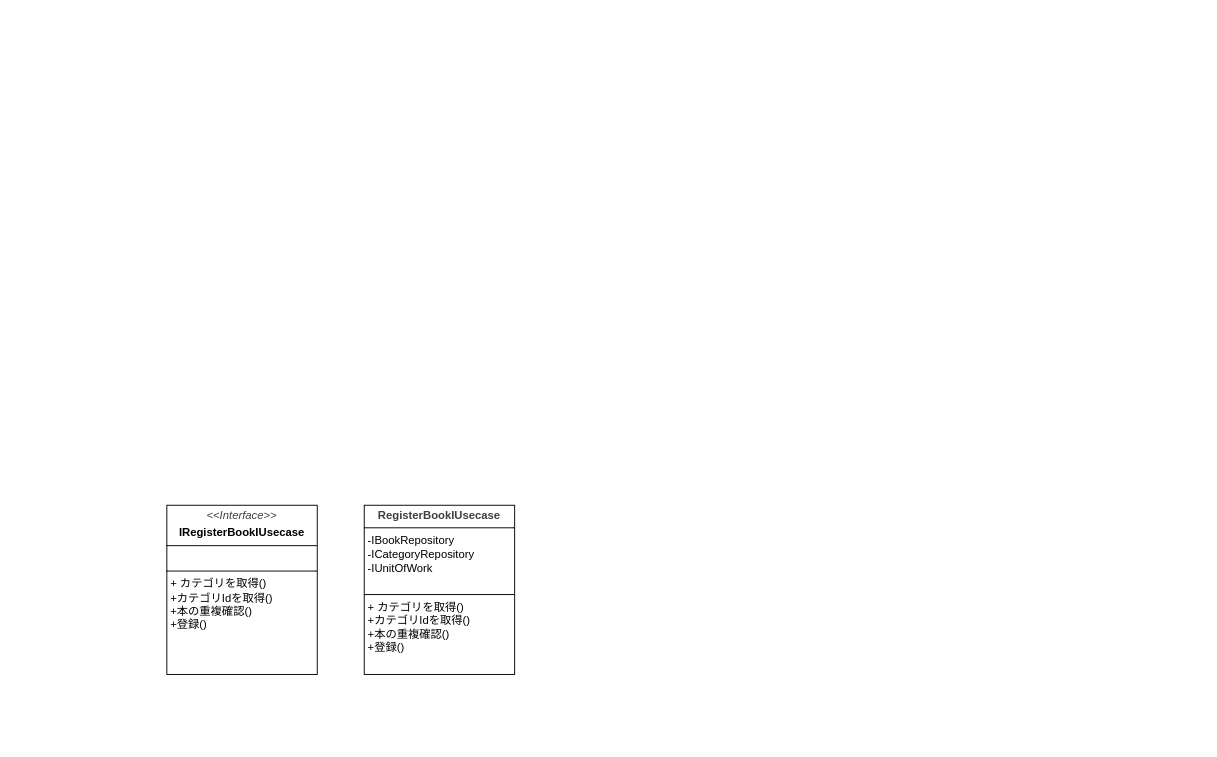
Before: page "Application" (3 of 5) of ClassDiagram/LibrartAPI_ClassDiagram.dio in yo-watanabe47/LIBRARYAPI, a draw.io diagram. Source tidied: cells renumbered, new cells numbered last; positions are measured from the earlier drawing's top-left corner, leaving out a move shared by most shapes. Both pictures are drawn from the tidied source at 94%, with x=0, y=0 at pixel (166, 505).
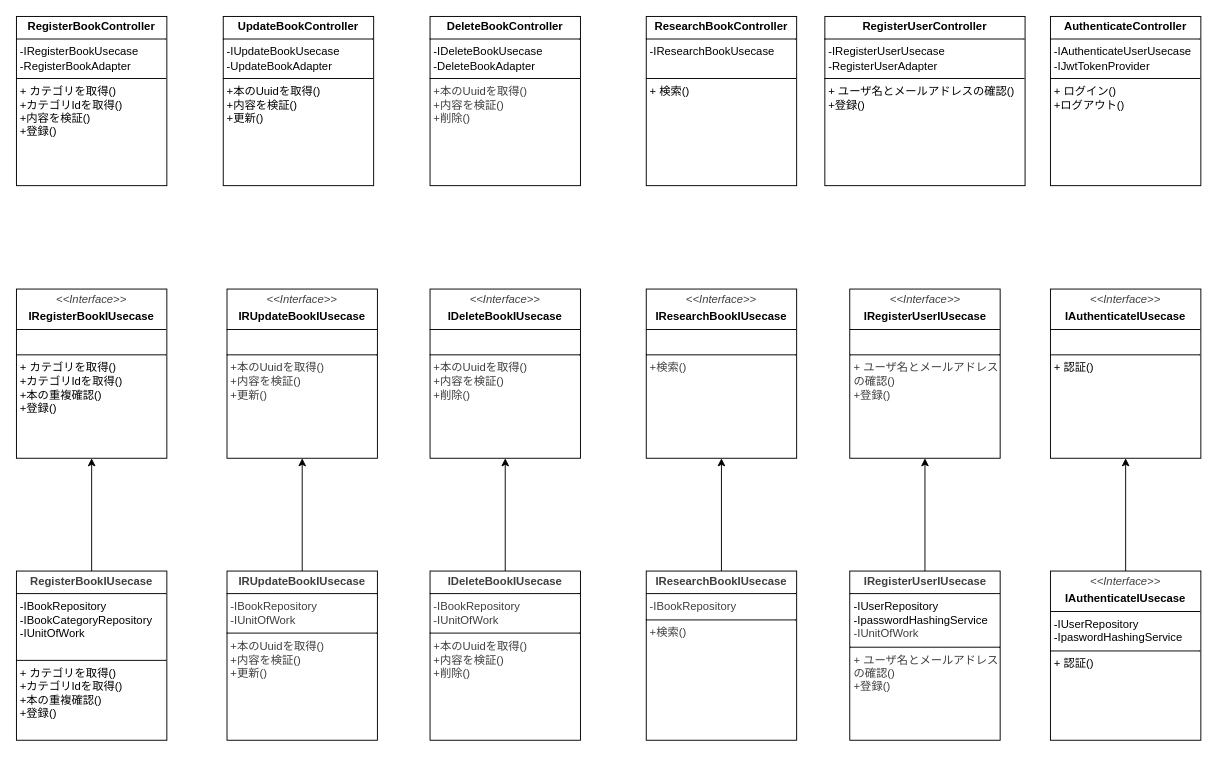
The same page after the edit.

Diff of the diagram source:
```diff
@@
     <mxCell id="2" value="&lt;p style=&quot;margin:0px;margin-top:4px;text-align:center;&quot;&gt;&lt;i style=&quot;color: rgb(63, 63, 63); scrollbar-color: rgb(226, 226, 226) rgb(251, 251, 251);&quot;&gt;&amp;lt;&amp;lt;Interface&amp;gt;&amp;gt;&lt;/i&gt;&lt;br style=&quot;color: rgb(63, 63, 63); scrollbar-color: rgb(226, 226, 226) rgb(251, 251, 251);&quot;&gt;&lt;/p&gt;&lt;p style=&quot;margin:0px;margin-top:4px;text-align:center;&quot;&gt;&lt;b&gt;IRegisterBookIUsecase&lt;/b&gt;&lt;/p&gt;&lt;hr size=&quot;1&quot; style=&quot;border-style:solid;&quot;&gt;&lt;p style=&quot;margin:0px;margin-left:4px;&quot;&gt;&lt;br&gt;&lt;/p&gt;&lt;hr size=&quot;1&quot; style=&quot;border-style:solid;&quot;&gt;&lt;p style=&quot;margin:0px;margin-left:4px;&quot;&gt;+ カテゴリを取得()&lt;/p&gt;&lt;p style=&quot;margin:0px;margin-left:4px;&quot;&gt;+カテゴリIdを取得()&lt;/p&gt;&lt;p style=&quot;margin:0px;margin-left:4px;&quot;&gt;+本の重複確認()&lt;br&gt;+登録()&lt;/p&gt;" style="verticalAlign=top;align=left;overflow=fill;html=1;whiteSpace=wrap;" parent="1" vertex="1">
-      <mxGeometry width="160" height="180" as="geometry" />
+      <mxGeometry x="-160" y="-230" width="160" height="180" as="geometry" />
     </mxCell>
+    <mxCell id="4" style="edgeStyle=none;html=1;exitX=0.5;exitY=0;exitDx=0;exitDy=0;entryX=0.5;entryY=1;entryDx=0;entryDy=0;" parent="1" edge="1" source="3" target="2">
+      <mxGeometry relative="1" as="geometry" />
+    </mxCell>
-    <mxCell id="3" value="&lt;p style=&quot;margin:0px;margin-top:4px;text-align:center;&quot;&gt;&lt;b style=&quot;color: rgb(63, 63, 63); background-color: transparent;&quot;&gt;RegisterBookIUsecase&lt;/b&gt;&lt;/p&gt;&lt;hr size=&quot;1&quot; style=&quot;border-style:solid;&quot;&gt;&lt;p style=&quot;margin:0px;margin-left:4px;&quot;&gt;-IBookRepository&lt;/p&gt;&lt;p style=&quot;margin:0px;margin-left:4px;&quot;&gt;-ICategoryRepository&lt;/p&gt;&lt;p style=&quot;margin:0px;margin-left:4px;&quot;&gt;-IUnitOfWork&lt;/p&gt;&lt;p style=&quot;margin:0px;margin-left:4px;&quot;&gt;&lt;br&gt;&lt;/p&gt;&lt;hr size=&quot;1&quot; style=&quot;border-style:solid;&quot;&gt;&lt;p style=&quot;margin:0px;margin-left:4px;&quot;&gt;+ カテゴリを取得()&lt;/p&gt;&lt;p style=&quot;margin:0px;margin-left:4px;&quot;&gt;+カテゴリIdを取得()&lt;/p&gt;&lt;p style=&quot;margin:0px;margin-left:4px;&quot;&gt;+本の重複確認()&lt;br&gt;+登録()&lt;/p&gt;" style="verticalAlign=top;align=left;overflow=fill;html=1;whiteSpace=wrap;" parent="1" vertex="1">
-      <mxGeometry x="210" width="160" height="180" as="geometry" />
+    <mxCell id="3" value="&lt;p style=&quot;margin:0px;margin-top:4px;text-align:center;&quot;&gt;&lt;b style=&quot;color: rgb(63, 63, 63); background-color: transparent;&quot;&gt;RegisterBookIUsecase&lt;/b&gt;&lt;/p&gt;&lt;hr size=&quot;1&quot; style=&quot;border-style:solid;&quot;&gt;&lt;p style=&quot;margin:0px;margin-left:4px;&quot;&gt;-IBookRepository&lt;/p&gt;&lt;p style=&quot;margin:0px;margin-left:4px;&quot;&gt;-IBookCategoryRepository&lt;/p&gt;&lt;p style=&quot;margin:0px;margin-left:4px;&quot;&gt;-IUnitOfWork&lt;/p&gt;&lt;p style=&quot;margin:0px;margin-left:4px;&quot;&gt;&lt;br&gt;&lt;/p&gt;&lt;hr size=&quot;1&quot; style=&quot;border-style:solid;&quot;&gt;&lt;p style=&quot;margin:0px;margin-left:4px;&quot;&gt;+ カテゴリを取得()&lt;/p&gt;&lt;p style=&quot;margin:0px;margin-left:4px;&quot;&gt;+カテゴリIdを取得()&lt;/p&gt;&lt;p style=&quot;margin:0px;margin-left:4px;&quot;&gt;+本の重複確認()&lt;br&gt;+登録()&lt;/p&gt;" style="verticalAlign=top;align=left;overflow=fill;html=1;whiteSpace=wrap;" parent="1" vertex="1">
+      <mxGeometry x="-160" y="70" width="160" height="180" as="geometry" />
     </mxCell>
+    <mxCell id="5" value="&lt;p style=&quot;margin:0px;margin-top:4px;text-align:center;&quot;&gt;&lt;b&gt;RegisterBookController&lt;/b&gt;&lt;/p&gt;&lt;hr size=&quot;1&quot; style=&quot;border-style:solid;&quot;&gt;&lt;p style=&quot;margin:0px;margin-left:4px;&quot;&gt;-IRegisterBookUsecase&lt;/p&gt;&lt;p style=&quot;margin:0px;margin-left:4px;&quot;&gt;-RegisterBookAdapter&lt;/p&gt;&lt;hr size=&quot;1&quot; style=&quot;border-style:solid;&quot;&gt;&lt;p style=&quot;margin:0px;margin-left:4px;&quot;&gt;+ カテゴリを取得()&lt;/p&gt;&lt;p style=&quot;margin:0px;margin-left:4px;&quot;&gt;+カテゴリIdを取得()&lt;/p&gt;&lt;p style=&quot;margin:0px;margin-left:4px;&quot;&gt;+内容を検証()&lt;/p&gt;&lt;p style=&quot;margin:0px;margin-left:4px;&quot;&gt;+登録()&lt;/p&gt;" style="verticalAlign=top;align=left;overflow=fill;html=1;whiteSpace=wrap;" parent="1" vertex="1">
+      <mxGeometry x="-160" y="-520" width="160" height="180" as="geometry" />
+    </mxCell>
+    <mxCell id="6" value="&lt;p style=&quot;margin:0px;margin-top:4px;text-align:center;&quot;&gt;&lt;b&gt;UpdateBookController&lt;/b&gt;&lt;/p&gt;&lt;hr size=&quot;1&quot; style=&quot;border-style:solid;&quot;&gt;&lt;p style=&quot;margin:0px;margin-left:4px;&quot;&gt;-IUpdateBookUsecase&lt;/p&gt;&lt;p style=&quot;margin:0px;margin-left:4px;&quot;&gt;-UpdateBookAdapter&lt;/p&gt;&lt;hr size=&quot;1&quot; style=&quot;border-style:solid;&quot;&gt;&lt;p style=&quot;margin:0px;margin-left:4px;&quot;&gt;+本のUuidを取得()&lt;/p&gt;&lt;p style=&quot;margin:0px;margin-left:4px;&quot;&gt;+内容を検証()&lt;/p&gt;&lt;p style=&quot;margin:0px;margin-left:4px;&quot;&gt;+更新()&lt;/p&gt;" style="verticalAlign=top;align=left;overflow=fill;html=1;whiteSpace=wrap;" parent="1" vertex="1">
+      <mxGeometry x="60" y="-520" width="160" height="180" as="geometry" />
+    </mxCell>
+    <mxCell id="7" value="&lt;p style=&quot;margin:0px;margin-top:4px;text-align:center;&quot;&gt;&lt;b&gt;DeleteBookController&lt;/b&gt;&lt;/p&gt;&lt;hr size=&quot;1&quot; style=&quot;border-style:solid;&quot;&gt;&lt;p style=&quot;margin:0px;margin-left:4px;&quot;&gt;-IDeleteBookUsecase&lt;/p&gt;&lt;p style=&quot;margin:0px;margin-left:4px;&quot;&gt;-DeleteBookAdapter&lt;/p&gt;&lt;hr size=&quot;1&quot; style=&quot;border-style:solid;&quot;&gt;&lt;p style=&quot;color: rgb(63, 63, 63); scrollbar-color: rgb(226, 226, 226) rgb(251, 251, 251); margin: 0px 0px 0px 4px;&quot;&gt;+本のUuidを取得()&lt;/p&gt;&lt;p style=&quot;color: rgb(63, 63, 63); scrollbar-color: rgb(226, 226, 226) rgb(251, 251, 251); margin: 0px 0px 0px 4px;&quot;&gt;+内容を検証()&lt;/p&gt;&lt;p style=&quot;color: rgb(63, 63, 63); scrollbar-color: rgb(226, 226, 226) rgb(251, 251, 251); margin: 0px 0px 0px 4px;&quot;&gt;+削除()&lt;/p&gt;" style="verticalAlign=top;align=left;overflow=fill;html=1;whiteSpace=wrap;" parent="1" vertex="1">
+      <mxGeometry x="280" y="-520" width="160" height="180" as="geometry" />
+    </mxCell>
+    <mxCell id="8" value="&lt;p style=&quot;margin:0px;margin-top:4px;text-align:center;&quot;&gt;&lt;b&gt;ResearchBookController&lt;/b&gt;&lt;/p&gt;&lt;hr size=&quot;1&quot; style=&quot;border-style:solid;&quot;&gt;&lt;p style=&quot;margin:0px;margin-left:4px;&quot;&gt;-IResearchBookUsecase&lt;/p&gt;&lt;p style=&quot;margin:0px;margin-left:4px;&quot;&gt;&lt;br&gt;&lt;/p&gt;&lt;hr size=&quot;1&quot; style=&quot;border-style:solid;&quot;&gt;&lt;p style=&quot;margin:0px;margin-left:4px;&quot;&gt;+ 検索()&lt;/p&gt;" style="verticalAlign=top;align=left;overflow=fill;html=1;whiteSpace=wrap;" parent="1" vertex="1">
+      <mxGeometry x="510" y="-520" width="160" height="180" as="geometry" />
+    </mxCell>
+    <mxCell id="9" value="&lt;p style=&quot;margin:0px;margin-top:4px;text-align:center;&quot;&gt;&lt;b&gt;RegisterUserController&lt;/b&gt;&lt;/p&gt;&lt;hr size=&quot;1&quot; style=&quot;border-style:solid;&quot;&gt;&lt;p style=&quot;margin:0px;margin-left:4px;&quot;&gt;-IRegisterUserUsecase&lt;/p&gt;&lt;p style=&quot;margin:0px;margin-left:4px;&quot;&gt;-RegisterUserAdapter&lt;/p&gt;&lt;hr size=&quot;1&quot; style=&quot;border-style:solid;&quot;&gt;&lt;p style=&quot;margin:0px;margin-left:4px;&quot;&gt;+ ユーザ名とメールアドレスの確認()&lt;/p&gt;&lt;p style=&quot;margin:0px;margin-left:4px;&quot;&gt;+登録()&lt;/p&gt;" style="verticalAlign=top;align=left;overflow=fill;html=1;whiteSpace=wrap;" parent="1" vertex="1">
+      <mxGeometry x="700" y="-520" width="213" height="180" as="geometry" />
+    </mxCell>
+    <mxCell id="10" value="&lt;p style=&quot;margin:0px;margin-top:4px;text-align:center;&quot;&gt;&lt;b&gt;AuthenticateController&lt;/b&gt;&lt;/p&gt;&lt;hr size=&quot;1&quot; style=&quot;border-style:solid;&quot;&gt;&lt;p style=&quot;margin:0px;margin-left:4px;&quot;&gt;-IAuthenticateUserUsecase&lt;/p&gt;&lt;p style=&quot;margin:0px;margin-left:4px;&quot;&gt;-IJwtTokenProvider&lt;/p&gt;&lt;hr size=&quot;1&quot; style=&quot;border-style:solid;&quot;&gt;&lt;p style=&quot;margin:0px;margin-left:4px;&quot;&gt;+ ログイン()&lt;/p&gt;&lt;p style=&quot;margin:0px;margin-left:4px;&quot;&gt;+ログアウト()&lt;/p&gt;" style="verticalAlign=top;align=left;overflow=fill;html=1;whiteSpace=wrap;" parent="1" vertex="1">
+      <mxGeometry x="940" y="-520" width="160" height="180" as="geometry" />
+    </mxCell>
+    <mxCell id="11" value="&lt;p style=&quot;margin:0px;margin-top:4px;text-align:center;&quot;&gt;&lt;i style=&quot;color: rgb(63, 63, 63); scrollbar-color: rgb(226, 226, 226) rgb(251, 251, 251);&quot;&gt;&amp;lt;&amp;lt;Interface&amp;gt;&amp;gt;&lt;/i&gt;&lt;br style=&quot;color: rgb(63, 63, 63); scrollbar-color: rgb(226, 226, 226) rgb(251, 251, 251);&quot;&gt;&lt;/p&gt;&lt;p style=&quot;margin:0px;margin-top:4px;text-align:center;&quot;&gt;&lt;b&gt;IRUpdateBookIUsecase&lt;/b&gt;&lt;/p&gt;&lt;hr size=&quot;1&quot; style=&quot;border-style:solid;&quot;&gt;&lt;p style=&quot;margin:0px;margin-left:4px;&quot;&gt;&lt;br&gt;&lt;/p&gt;&lt;hr size=&quot;1&quot; style=&quot;border-style:solid;&quot;&gt;&lt;p style=&quot;color: rgb(63, 63, 63); scrollbar-color: rgb(226, 226, 226) rgb(251, 251, 251); margin: 0px 0px 0px 4px;&quot;&gt;+本のUuidを取得()&lt;/p&gt;&lt;p style=&quot;color: rgb(63, 63, 63); scrollbar-color: rgb(226, 226, 226) rgb(251, 251, 251); margin: 0px 0px 0px 4px;&quot;&gt;+内容を検証()&lt;/p&gt;&lt;p style=&quot;color: rgb(63, 63, 63); scrollbar-color: rgb(226, 226, 226) rgb(251, 251, 251); margin: 0px 0px 0px 4px;&quot;&gt;+更新()&lt;/p&gt;" style="verticalAlign=top;align=left;overflow=fill;html=1;whiteSpace=wrap;" parent="1" vertex="1">
+      <mxGeometry x="64" y="-230" width="160" height="180" as="geometry" />
+    </mxCell>
+    <mxCell id="12" value="&lt;p style=&quot;margin:0px;margin-top:4px;text-align:center;&quot;&gt;&lt;i style=&quot;color: rgb(63, 63, 63); scrollbar-color: rgb(226, 226, 226) rgb(251, 251, 251);&quot;&gt;&amp;lt;&amp;lt;Interface&amp;gt;&amp;gt;&lt;/i&gt;&lt;br style=&quot;color: rgb(63, 63, 63); scrollbar-color: rgb(226, 226, 226) rgb(251, 251, 251);&quot;&gt;&lt;/p&gt;&lt;p style=&quot;margin:0px;margin-top:4px;text-align:center;&quot;&gt;&lt;b&gt;IDeleteBookIUsecase&lt;/b&gt;&lt;/p&gt;&lt;hr size=&quot;1&quot; style=&quot;border-style:solid;&quot;&gt;&lt;p style=&quot;margin:0px;margin-left:4px;&quot;&gt;&lt;br&gt;&lt;/p&gt;&lt;hr size=&quot;1&quot; style=&quot;border-style:solid;&quot;&gt;&lt;p style=&quot;scrollbar-color: rgb(226, 226, 226) rgb(251, 251, 251); margin: 0px 0px 0px 4px; color: rgb(63, 63, 63);&quot;&gt;+本のUuidを取得()&lt;/p&gt;&lt;p style=&quot;scrollbar-color: rgb(226, 226, 226) rgb(251, 251, 251); margin: 0px 0px 0px 4px; color: rgb(63, 63, 63);&quot;&gt;+内容を検証()&lt;/p&gt;&lt;p style=&quot;scrollbar-color: rgb(226, 226, 226) rgb(251, 251, 251); margin: 0px 0px 0px 4px; color: rgb(63, 63, 63);&quot;&gt;+削除()&lt;/p&gt;" style="verticalAlign=top;align=left;overflow=fill;html=1;whiteSpace=wrap;" parent="1" vertex="1">
+      <mxGeometry x="280" y="-230" width="160" height="180" as="geometry" />
+    </mxCell>
+    <mxCell id="13" value="&lt;p style=&quot;margin:0px;margin-top:4px;text-align:center;&quot;&gt;&lt;i style=&quot;color: rgb(63, 63, 63); scrollbar-color: rgb(226, 226, 226) rgb(251, 251, 251);&quot;&gt;&amp;lt;&amp;lt;Interface&amp;gt;&amp;gt;&lt;/i&gt;&lt;br style=&quot;color: rgb(63, 63, 63); scrollbar-color: rgb(226, 226, 226) rgb(251, 251, 251);&quot;&gt;&lt;/p&gt;&lt;p style=&quot;margin:0px;margin-top:4px;text-align:center;&quot;&gt;&lt;b&gt;IResearchBookIUsecase&lt;/b&gt;&lt;/p&gt;&lt;hr size=&quot;1&quot; style=&quot;border-style:solid;&quot;&gt;&lt;p style=&quot;margin:0px;margin-left:4px;&quot;&gt;&lt;br&gt;&lt;/p&gt;&lt;hr size=&quot;1&quot; style=&quot;border-style:solid;&quot;&gt;&lt;p style=&quot;margin:0px;margin-left:4px;&quot;&gt;&lt;span style=&quot;color: rgb(63, 63, 63); background-color: transparent;&quot;&gt;+検索()&lt;/span&gt;&lt;/p&gt;" style="verticalAlign=top;align=left;overflow=fill;html=1;whiteSpace=wrap;" parent="1" vertex="1">
+      <mxGeometry x="510" y="-230" width="160" height="180" as="geometry" />
+    </mxCell>
+    <mxCell id="14" value="&lt;p style=&quot;margin:0px;margin-top:4px;text-align:center;&quot;&gt;&lt;i style=&quot;color: rgb(63, 63, 63); scrollbar-color: rgb(226, 226, 226) rgb(251, 251, 251);&quot;&gt;&amp;lt;&amp;lt;Interface&amp;gt;&amp;gt;&lt;/i&gt;&lt;br style=&quot;color: rgb(63, 63, 63); scrollbar-color: rgb(226, 226, 226) rgb(251, 251, 251);&quot;&gt;&lt;/p&gt;&lt;p style=&quot;margin:0px;margin-top:4px;text-align:center;&quot;&gt;&lt;b&gt;IRegisterUserIUsecase&lt;/b&gt;&lt;/p&gt;&lt;hr size=&quot;1&quot; style=&quot;border-style:solid;&quot;&gt;&lt;p style=&quot;margin:0px;margin-left:4px;&quot;&gt;&lt;br&gt;&lt;/p&gt;&lt;hr size=&quot;1&quot; style=&quot;border-style:solid;&quot;&gt;&lt;p style=&quot;color: rgb(63, 63, 63); scrollbar-color: rgb(226, 226, 226) rgb(251, 251, 251); margin: 0px 0px 0px 4px;&quot;&gt;+ ユーザ名とメールアドレスの確認()&lt;/p&gt;&lt;p style=&quot;color: rgb(63, 63, 63); scrollbar-color: rgb(226, 226, 226) rgb(251, 251, 251); margin: 0px 0px 0px 4px;&quot;&gt;+登録()&lt;/p&gt;" style="verticalAlign=top;align=left;overflow=fill;html=1;whiteSpace=wrap;" parent="1" vertex="1">
+      <mxGeometry x="726.5" y="-230" width="160" height="180" as="geometry" />
+    </mxCell>
+    <mxCell id="15" value="&lt;p style=&quot;margin:0px;margin-top:4px;text-align:center;&quot;&gt;&lt;i style=&quot;color: rgb(63, 63, 63); scrollbar-color: rgb(226, 226, 226) rgb(251, 251, 251);&quot;&gt;&amp;lt;&amp;lt;Interface&amp;gt;&amp;gt;&lt;/i&gt;&lt;br style=&quot;color: rgb(63, 63, 63); scrollbar-color: rgb(226, 226, 226) rgb(251, 251, 251);&quot;&gt;&lt;/p&gt;&lt;p style=&quot;margin:0px;margin-top:4px;text-align:center;&quot;&gt;&lt;b&gt;IAuthenticateIUsecase&lt;/b&gt;&lt;/p&gt;&lt;hr size=&quot;1&quot; style=&quot;border-style:solid;&quot;&gt;&lt;p style=&quot;margin:0px;margin-left:4px;&quot;&gt;&lt;br&gt;&lt;/p&gt;&lt;hr size=&quot;1&quot; style=&quot;border-style:solid;&quot;&gt;&lt;p style=&quot;margin:0px;margin-left:4px;&quot;&gt;+ 認証()&lt;/p&gt;" style="verticalAlign=top;align=left;overflow=fill;html=1;whiteSpace=wrap;" parent="1" vertex="1">
+      <mxGeometry x="940" y="-230" width="160" height="180" as="geometry" />
+    </mxCell>
+    <mxCell id="16" style="edgeStyle=none;html=1;exitX=0.5;exitY=0;exitDx=0;exitDy=0;entryX=0.5;entryY=1;entryDx=0;entryDy=0;" parent="1" edge="1" source="17" target="15">
+      <mxGeometry relative="1" as="geometry" />
+    </mxCell>
+    <mxCell id="17" value="&lt;p style=&quot;margin:0px;margin-top:4px;text-align:center;&quot;&gt;&lt;i style=&quot;color: rgb(63, 63, 63); scrollbar-color: rgb(226, 226, 226) rgb(251, 251, 251);&quot;&gt;&amp;lt;&amp;lt;Interface&amp;gt;&amp;gt;&lt;/i&gt;&lt;br style=&quot;color: rgb(63, 63, 63); scrollbar-color: rgb(226, 226, 226) rgb(251, 251, 251);&quot;&gt;&lt;/p&gt;&lt;p style=&quot;margin:0px;margin-top:4px;text-align:center;&quot;&gt;&lt;b&gt;IAuthenticateIUsecase&lt;/b&gt;&lt;/p&gt;&lt;hr size=&quot;1&quot; style=&quot;border-style:solid;&quot;&gt;&lt;p style=&quot;margin:0px;margin-left:4px;&quot;&gt;-IUserRepository&lt;/p&gt;&lt;p style=&quot;margin:0px;margin-left:4px;&quot;&gt;-IpaswordHashingService&lt;/p&gt;&lt;hr size=&quot;1&quot; style=&quot;border-style:solid;&quot;&gt;&lt;p style=&quot;margin:0px;margin-left:4px;&quot;&gt;+ 認証()&lt;/p&gt;" style="verticalAlign=top;align=left;overflow=fill;html=1;whiteSpace=wrap;" parent="1" vertex="1">
+      <mxGeometry x="940" y="70" width="160" height="180" as="geometry" />
+    </mxCell>
+    <mxCell id="18" style="edgeStyle=none;html=1;exitX=0.5;exitY=0;exitDx=0;exitDy=0;entryX=0.5;entryY=1;entryDx=0;entryDy=0;" parent="1" edge="1" source="19" target="11">
+      <mxGeometry relative="1" as="geometry" />
+    </mxCell>
+    <mxCell id="19" value="&lt;p style=&quot;margin:0px;margin-top:4px;text-align:center;&quot;&gt;&lt;b style=&quot;color: rgb(63, 63, 63); background-color: transparent;&quot;&gt;IRUpdateBookIUsecase&lt;/b&gt;&lt;/p&gt;&lt;hr size=&quot;1&quot; style=&quot;border-style:solid;&quot;&gt;&lt;p style=&quot;color: rgb(63, 63, 63); scrollbar-color: rgb(226, 226, 226) rgb(251, 251, 251); margin: 0px 0px 0px 4px;&quot;&gt;-IBookRepository&lt;/p&gt;&lt;p style=&quot;color: rgb(63, 63, 63); scrollbar-color: rgb(226, 226, 226) rgb(251, 251, 251); margin: 0px 0px 0px 4px;&quot;&gt;&lt;span style=&quot;background-color: transparent;&quot;&gt;-IUnitOfWork&lt;/span&gt;&lt;/p&gt;&lt;hr size=&quot;1&quot; style=&quot;border-style:solid;&quot;&gt;&lt;p style=&quot;color: rgb(63, 63, 63); scrollbar-color: rgb(226, 226, 226) rgb(251, 251, 251); margin: 0px 0px 0px 4px;&quot;&gt;+本のUuidを取得()&lt;/p&gt;&lt;p style=&quot;color: rgb(63, 63, 63); scrollbar-color: rgb(226, 226, 226) rgb(251, 251, 251); margin: 0px 0px 0px 4px;&quot;&gt;+内容を検証()&lt;/p&gt;&lt;p style=&quot;color: rgb(63, 63, 63); scrollbar-color: rgb(226, 226, 226) rgb(251, 251, 251); margin: 0px 0px 0px 4px;&quot;&gt;+更新()&lt;/p&gt;" style="verticalAlign=top;align=left;overflow=fill;html=1;whiteSpace=wrap;" parent="1" vertex="1">
+      <mxGeometry x="64" y="70" width="160" height="180" as="geometry" />
+    </mxCell>
+    <mxCell id="20" style="edgeStyle=none;html=1;exitX=0.5;exitY=0;exitDx=0;exitDy=0;entryX=0.5;entryY=1;entryDx=0;entryDy=0;" parent="1" edge="1" source="21" target="12">
+      <mxGeometry relative="1" as="geometry" />
+    </mxCell>
+    <mxCell id="21" value="&lt;p style=&quot;margin:0px;margin-top:4px;text-align:center;&quot;&gt;&lt;b style=&quot;color: rgb(63, 63, 63); background-color: transparent;&quot;&gt;IDeleteBookIUsecase&lt;/b&gt;&lt;/p&gt;&lt;hr size=&quot;1&quot; style=&quot;border-style:solid;&quot;&gt;&lt;p style=&quot;scrollbar-color: rgb(226, 226, 226) rgb(251, 251, 251); margin: 0px 0px 0px 4px; color: rgb(63, 63, 63);&quot;&gt;-IBookRepository&lt;/p&gt;&lt;p style=&quot;scrollbar-color: rgb(226, 226, 226) rgb(251, 251, 251); margin: 0px 0px 0px 4px; color: rgb(63, 63, 63);&quot;&gt;&lt;span style=&quot;color: rgb(63, 63, 63); scrollbar-color: rgb(226, 226, 226) rgb(251, 251, 251); background-color: transparent;&quot;&gt;-IUnitOfWork&lt;/span&gt;&lt;/p&gt;&lt;hr size=&quot;1&quot; style=&quot;border-style:solid;&quot;&gt;&lt;p style=&quot;scrollbar-color: rgb(226, 226, 226) rgb(251, 251, 251); margin: 0px 0px 0px 4px; color: rgb(63, 63, 63);&quot;&gt;+本のUuidを取得()&lt;/p&gt;&lt;p style=&quot;scrollbar-color: rgb(226, 226, 226) rgb(251, 251, 251); margin: 0px 0px 0px 4px; color: rgb(63, 63, 63);&quot;&gt;+内容を検証()&lt;/p&gt;&lt;p style=&quot;scrollbar-color: rgb(226, 226, 226) rgb(251, 251, 251); margin: 0px 0px 0px 4px; color: rgb(63, 63, 63);&quot;&gt;+削除()&lt;/p&gt;" style="verticalAlign=top;align=left;overflow=fill;html=1;whiteSpace=wrap;" parent="1" vertex="1">
+      <mxGeometry x="280" y="70" width="160" height="180" as="geometry" />
+    </mxCell>
+    <mxCell id="22" style="edgeStyle=none;html=1;exitX=0.5;exitY=0;exitDx=0;exitDy=0;entryX=0.5;entryY=1;entryDx=0;entryDy=0;" parent="1" edge="1" source="23" target="13">
+      <mxGeometry relative="1" as="geometry" />
+    </mxCell>
+    <mxCell id="23" value="&lt;p style=&quot;margin:0px;margin-top:4px;text-align:center;&quot;&gt;&lt;b style=&quot;color: rgb(63, 63, 63); background-color: transparent;&quot;&gt;IResearchBookIUsecase&lt;/b&gt;&lt;/p&gt;&lt;hr size=&quot;1&quot; style=&quot;border-style:solid;&quot;&gt;&lt;p style=&quot;scrollbar-color: rgb(226, 226, 226) rgb(251, 251, 251); margin: 0px 0px 0px 4px; color: rgb(63, 63, 63);&quot;&gt;-IBookRepository&lt;/p&gt;&lt;hr size=&quot;1&quot; style=&quot;border-style:solid;&quot;&gt;&lt;p style=&quot;margin:0px;margin-left:4px;&quot;&gt;&lt;span style=&quot;color: rgb(63, 63, 63); background-color: transparent;&quot;&gt;+検索()&lt;/span&gt;&lt;/p&gt;" style="verticalAlign=top;align=left;overflow=fill;html=1;whiteSpace=wrap;" parent="1" vertex="1">
+      <mxGeometry x="510" y="70" width="160" height="180" as="geometry" />
+    </mxCell>
+    <mxCell id="24" style="edgeStyle=none;html=1;exitX=0.5;exitY=0;exitDx=0;exitDy=0;" parent="1" edge="1" source="25" target="14">
+      <mxGeometry relative="1" as="geometry" />
+    </mxCell>
+    <mxCell id="25" value="&lt;p style=&quot;margin:0px;margin-top:4px;text-align:center;&quot;&gt;&lt;b style=&quot;color: rgb(63, 63, 63); background-color: transparent;&quot;&gt;IRegisterUserIUsecase&lt;/b&gt;&lt;/p&gt;&lt;hr size=&quot;1&quot; style=&quot;border-style:solid;&quot;&gt;&lt;p style=&quot;margin:0px;margin-left:4px;&quot;&gt;-IUserRepository&lt;/p&gt;&lt;p style=&quot;margin:0px;margin-left:4px;&quot;&gt;-IpasswordHashingService&lt;/p&gt;&lt;p style=&quot;margin:0px;margin-left:4px;&quot;&gt;&lt;span style=&quot;color: rgb(63, 63, 63);&quot;&gt;-IUnitOfWork&lt;/span&gt;&lt;/p&gt;&lt;hr size=&quot;1&quot; style=&quot;border-style:solid;&quot;&gt;&lt;p style=&quot;color: rgb(63, 63, 63); scrollbar-color: rgb(226, 226, 226) rgb(251, 251, 251); margin: 0px 0px 0px 4px;&quot;&gt;+ ユーザ名とメールアドレスの確認()&lt;/p&gt;&lt;p style=&quot;color: rgb(63, 63, 63); scrollbar-color: rgb(226, 226, 226) rgb(251, 251, 251); margin: 0px 0px 0px 4px;&quot;&gt;+登録()&lt;/p&gt;" style="verticalAlign=top;align=left;overflow=fill;html=1;whiteSpace=wrap;" parent="1" vertex="1">
+      <mxGeometry x="726.5" y="70" width="160" height="180" as="geometry" />
+    </mxCell>
```
